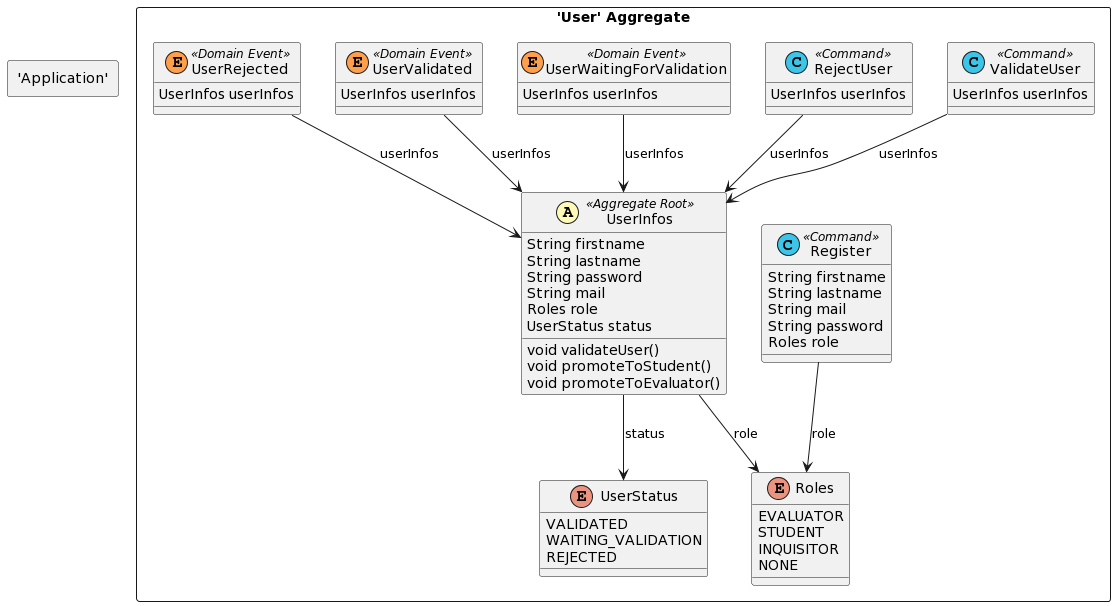
esgi-lyon/question-ddd keeps this PlantUML diagram as doc/dist/src-gen/gamedev_BC_UserManagementContext.png. Above is the earlier version.
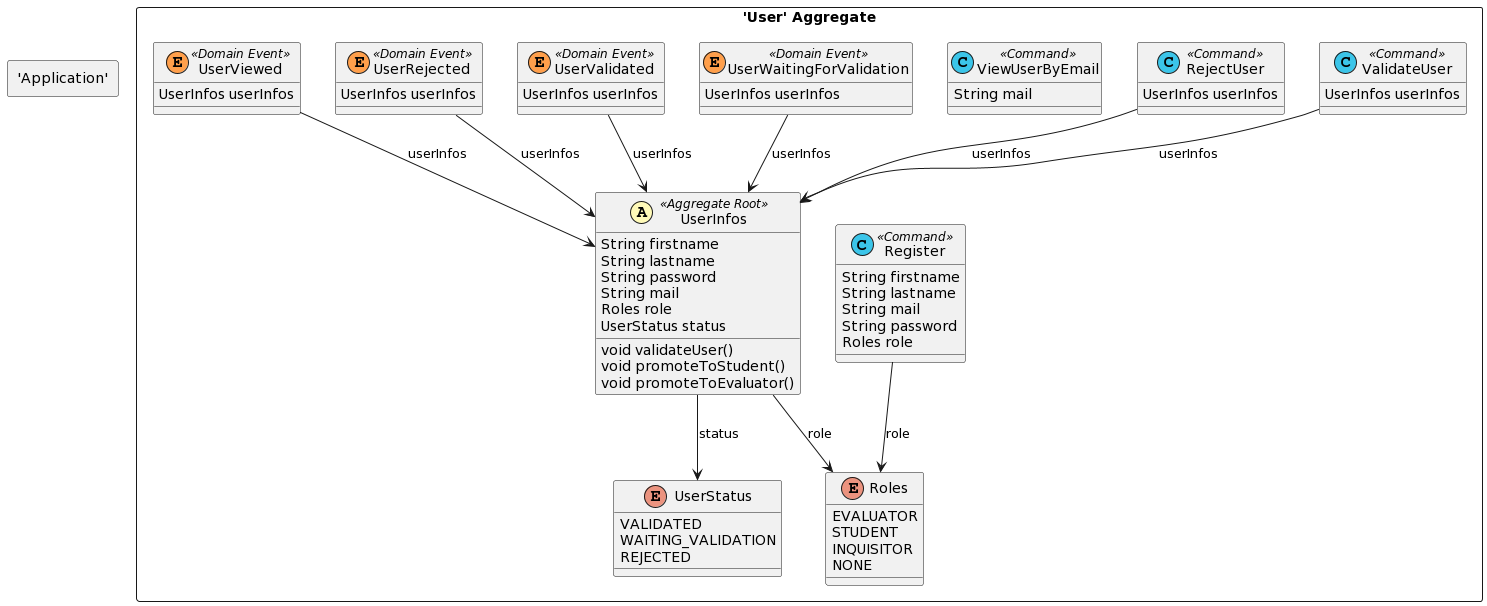
After the commit.

Diff of the diagram source:
```diff
@@ -37,6 +37,9 @@
 	class RejectUser <<(C,#3bc5e9) Command>> {
 		UserInfos userInfos
 	}
+	class ViewUserByEmail <<(C,#3bc5e9) Command>> {
+		String mail
+	}
 	class UserWaitingForValidation <<(E,#ff9f4b) Domain Event>> {
 		UserInfos userInfos
 	}
@@ -44,6 +47,9 @@
 		UserInfos userInfos
 	}
 	class UserRejected <<(E,#ff9f4b) Domain Event>> {
+		UserInfos userInfos
+	}
+	class UserViewed <<(E,#ff9f4b) Domain Event>> {
 		UserInfos userInfos
 	}
 }
@@ -55,6 +61,7 @@
 ValidateUser --> UserInfos : userInfos
 Register --> Roles : role
 UserInfos --> UserStatus : status
+UserViewed --> UserInfos : userInfos
 UserRejected --> UserInfos : userInfos
 UserInfos --> Roles : role
 RejectUser --> UserInfos : userInfos
```
